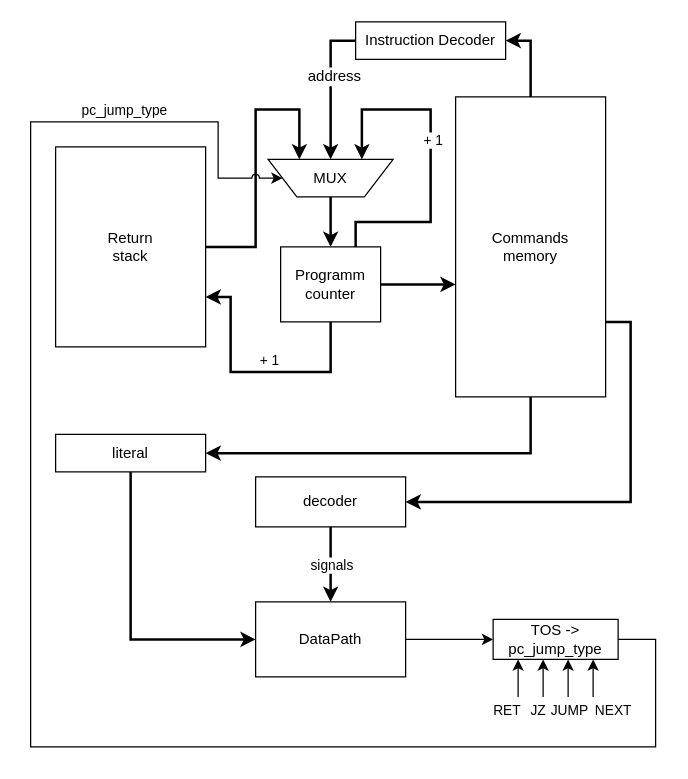
Earlier version of the draw.io diagram schemes/control-unit_hw.drawio (DiedCloud/csa-lab-3). Source tidied: cells renumbered, new cells numbered last; positions are measured from the earlier drawing's top-left corner, leaving out a move shared by most shapes. Both pictures are drawn from the tidied source at 125%, with x=0, y=0 at pixel (30, 21).
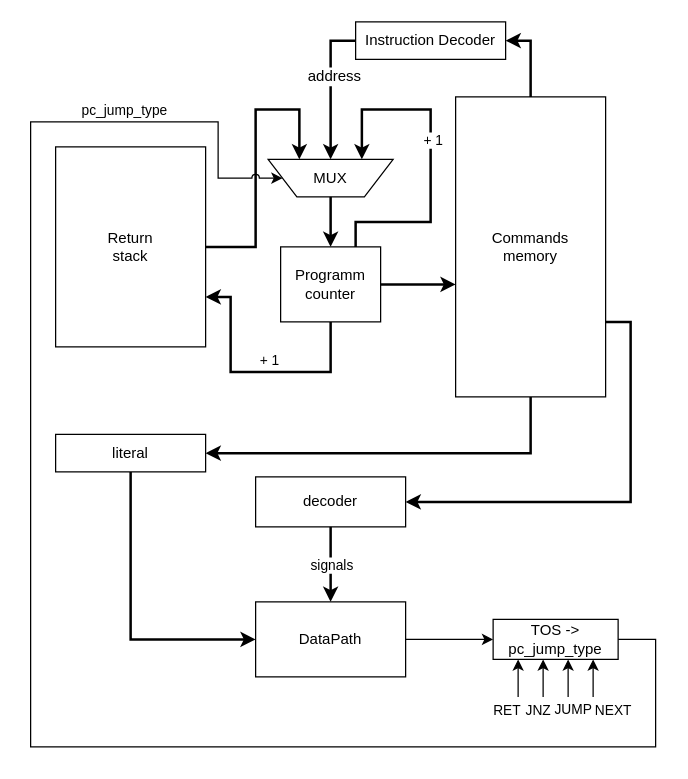
After the change.

Unchanged cells that the change refers to:
```xml
<mxCell id="29" style="endArrow=classic;html=1;rounded=0;jumpStyle=arc;" parent="1" edge="1">
  <mxGeometry relative="1" as="geometry">
    <mxPoint x="410" y="540" as="sourcePoint" />
    <mxPoint x="410" y="510" as="targetPoint" />
  </mxGeometry>
</mxCell>
<mxCell id="31" style="endArrow=classic;html=1;rounded=0;jumpStyle=arc;" parent="1" edge="1">
  <mxGeometry relative="1" as="geometry">
    <mxPoint x="430" y="540" as="sourcePoint" />
    <mxPoint x="430" y="510" as="targetPoint" />
  </mxGeometry>
</mxCell>
```

Diff of the diagram source:
```diff
@@
-    <mxCell id="30" value="JZ" style="edgeLabel;html=1;align=center;verticalAlign=middle;" parent="29" vertex="1">
+    <mxCell id="30" value="JNZ" style="edgeLabel;html=1;align=center;verticalAlign=middle;" parent="29" vertex="1">
       <mxGeometry x="-0.49" y="-1" relative="1" as="geometry">
         <mxPoint x="-6" y="18" as="offset" />
       </mxGeometry>
     </mxCell>
@@
     <mxCell id="32" value="JUMP" style="edgeLabel;html=1;align=center;verticalAlign=middle;" parent="31" vertex="1">
       <mxGeometry x="-0.76" y="1" relative="1" as="geometry">
-        <mxPoint x="1" y="14" as="offset" />
+        <mxPoint x="4" y="13" as="offset" />
       </mxGeometry>
     </mxCell>
```
